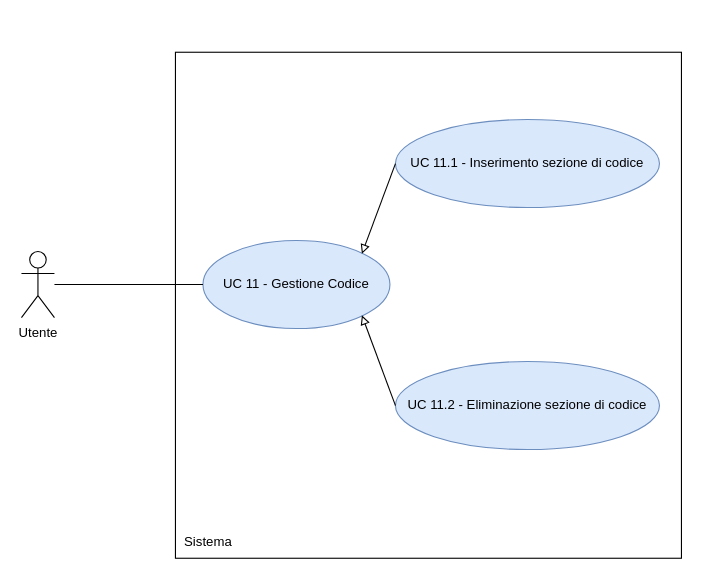
This is RTB/doc_esterna/analisi-dei-requisiti/assets/draw.io/UC11.drawio from thebitless-group-swe/thebitless.github.io, a draw.io file, before an edit. Source tidied: cells renumbered, new cells numbered last; positions are measured from the earlier drawing's top-left corner, leaving out a move shared by most shapes. Both pictures are drawn from the tidied source at 110%, with x=0, y=0 at pixel (21, 52).
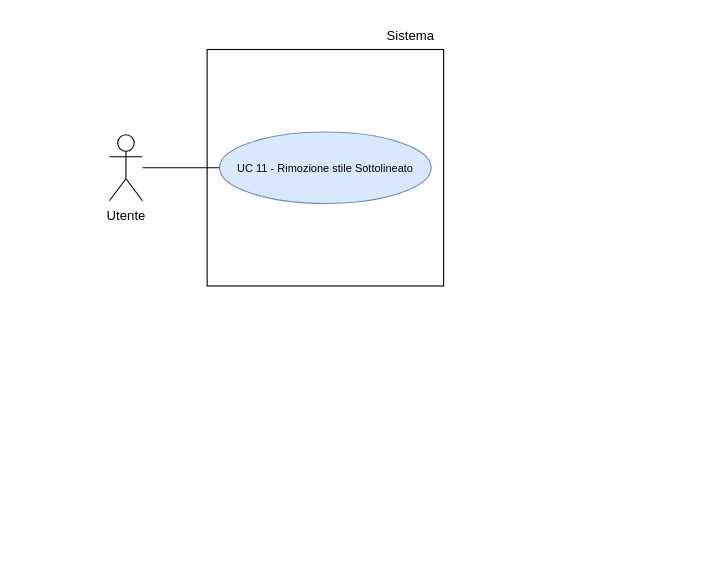
The same diagram, later.

The edit, as a diff of the source:
```diff
@@
 <mxGraphModel>
   <root>
     <mxCell id="0" />
     <mxCell id="1" parent="0" />
     <mxCell id="2" value="Utente" style="shape=umlActor;verticalLabelPosition=bottom;verticalAlign=top;html=1;outlineConnect=0;" parent="1" vertex="1">
-      <mxGeometry y="181.2" width="30" height="60" as="geometry" />
+      <mxGeometry x="80" y="75" width="30" height="60" as="geometry" />
     </mxCell>
-    <mxCell id="3" style="whiteSpace=wrap;html=1;" parent="1" vertex="1">
-      <mxGeometry x="140" width="460" height="460" as="geometry" />
-    </mxCell>
+    <mxCell id="11" style="whiteSpace=wrap;html=1;" parent="1" vertex="1">
+      <mxGeometry x="168.8" y="-2.5" width="215" height="215" as="geometry" />
+    </mxCell>
     <mxCell id="4" value="Sistema" style="text;html=1;whiteSpace=wrap;strokeColor=none;fillColor=none;align=center;verticalAlign=middle;rounded=0;" parent="1" vertex="1">
-      <mxGeometry x="140" y="430" width="60" height="30" as="geometry" />
+      <mxGeometry x="323.8" y="-30" width="60" height="30" as="geometry" />
     </mxCell>
-    <mxCell id="5" value="UC 11 - Gestione Codice" style="ellipse;whiteSpace=wrap;html=1;fillColor=#dae8fc;strokeColor=#6c8ebf;" parent="1" vertex="1">
-      <mxGeometry x="165" y="171.2" width="170" height="80" as="geometry" />
-    </mxCell>
-    <mxCell id="6" style="edgeStyle=orthogonalEdgeStyle;rounded=0;jettySize=auto;html=1;endArrow=none;endFill=0;" parent="1" edge="1" source="2" target="5">
-      <mxGeometry relative="1" as="geometry" />
-    </mxCell>
-    <mxCell id="7" value="UC 11.1 - Inserimento sezione di codice" style="ellipse;whiteSpace=wrap;html=1;fillColor=#dae8fc;strokeColor=#6c8ebf;" parent="1" vertex="1">
-      <mxGeometry x="340" y="61.2" width="240" height="80" as="geometry" />
-    </mxCell>
-    <mxCell id="8" value="UC 11.2 - Eliminazione sezione di codice" style="ellipse;whiteSpace=wrap;html=1;fillColor=#dae8fc;strokeColor=#6c8ebf;" parent="1" vertex="1">
-      <mxGeometry x="340" y="281.2" width="240" height="80" as="geometry" />
-    </mxCell>
-    <mxCell id="9" style="endArrow=block;endFill=0;html=1;rounded=0;exitX=0;exitY=0.5;exitDx=0;exitDy=0;entryX=0.85;entryY=0.15;entryDx=0;entryDy=0;entryPerimeter=0;" parent="1" edge="1" source="7" target="5">
-      <mxGeometry relative="1" as="geometry" />
-    </mxCell>
-    <mxCell id="10" style="endArrow=block;endFill=0;html=1;rounded=0;exitX=0;exitY=0.5;exitDx=0;exitDy=0;entryX=0.85;entryY=0.85;entryDx=0;entryDy=0;entryPerimeter=0;" parent="1" edge="1" source="8" target="5">
-      <mxGeometry relative="1" as="geometry" />
-    </mxCell>
+    <mxCell id="12" value="UC 11 - Rimozione stile Sottolineato" style="ellipse;whiteSpace=wrap;html=1;fillColor=#dae8fc;strokeColor=#6c8ebf;fontSize=10;" parent="1" vertex="1">
+      <mxGeometry x="180" y="72.5" width="192.5" height="65" as="geometry" />
+    </mxCell>
+    <mxCell id="13" style="edgeStyle=none;rounded=0;jettySize=auto;html=1;endArrow=none;endFill=0;" parent="1" edge="1" source="2" target="12">
+      <mxGeometry relative="1" as="geometry" />
+    </mxCell>
   </root>
 </mxGraphModel>
```
